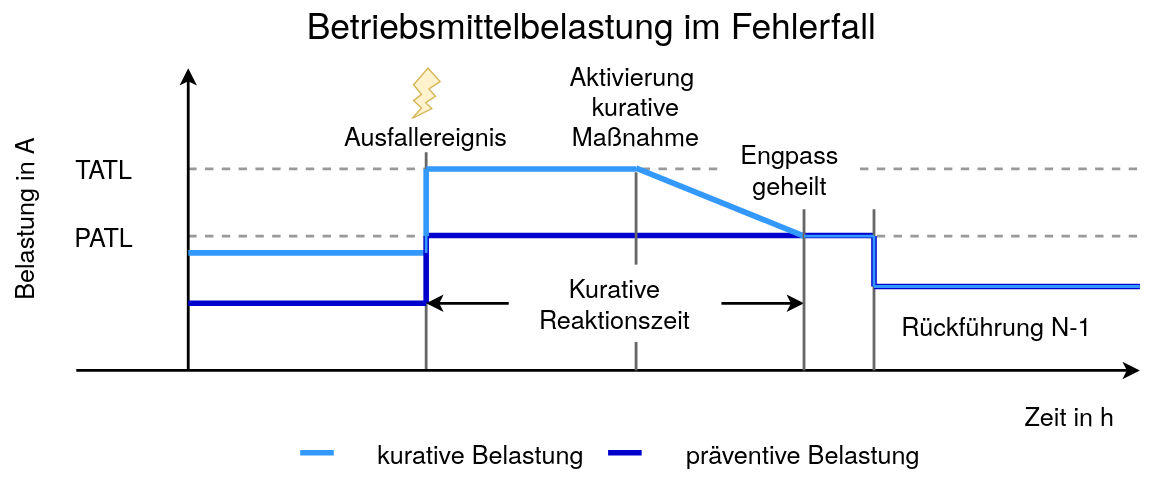
nikolaus0812/Masterarbeit-Ausgestaltung-eines-Marktmechanismus-fuer-kurative-Systemfuehrung-zur-Engpassbehebung keeps this draw.io diagram as figures/chapter_2/preventiv_vs._curative_redispatch.svg. Above is the earlier version. Source tidied: cells renumbered, new cells last; positions are measured from the earlier drawing's top-left corner, leaving out a move shared by most shapes.
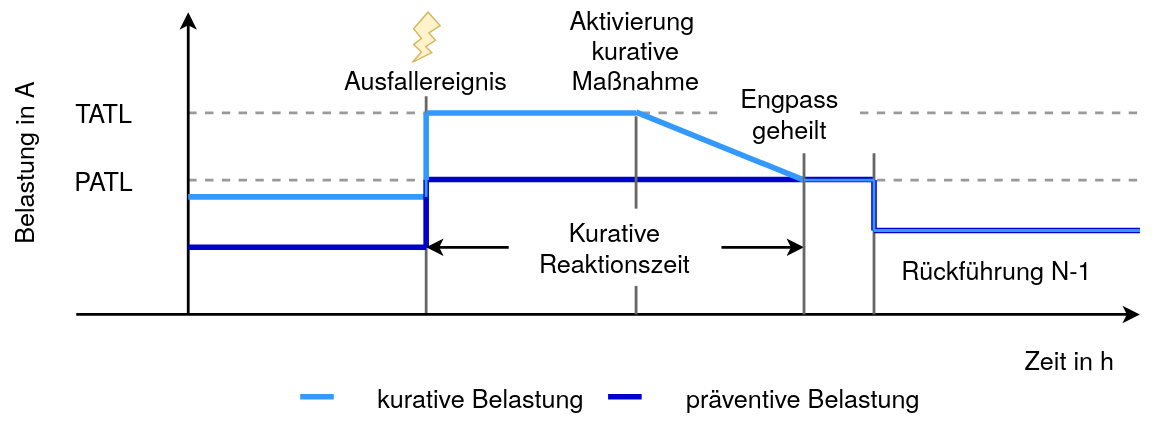
After the change.

The edit, as a diff of the source:
```diff
@@ -199,8 +199,5 @@
         <mxPoint x="378" y="156" as="targetPoint" />
       </mxGeometry>
     </mxCell>
-    <mxCell id="42" value="Betriebsmittelbelastung im Fehlerfall" style="text;html=1;align=center;verticalAlign=middle;fontFamily=TeX Gyre Heros;fontSize=25.3;fontStyle=0;" parent="1" vertex="1">
-      <mxGeometry x="96" width="800" height="34" as="geometry" />
-    </mxCell>
   </root>
 </mxGraphModel>
```
